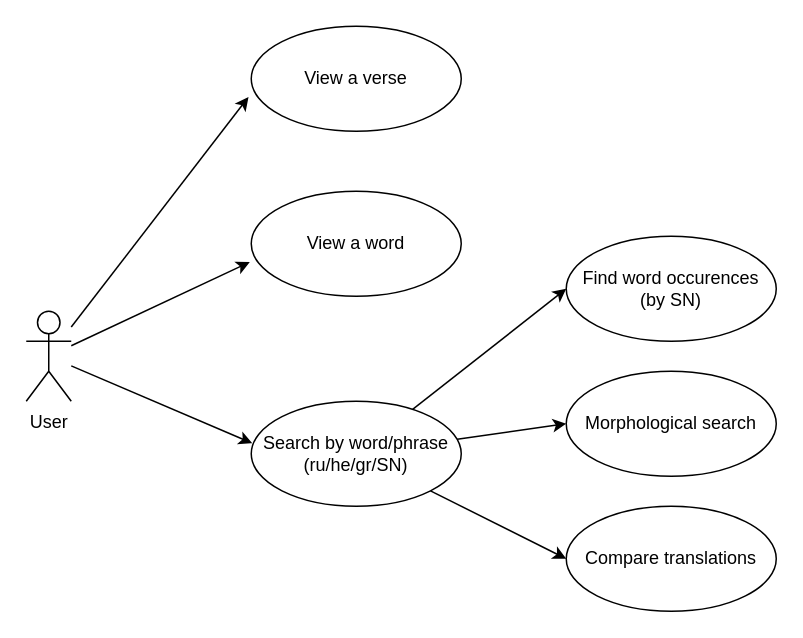
vuesence/bibleistika keeps this draw.io diagram as page "use-case" (1 of 3) of docs/architecture/diagrams.drawio. Above is the earlier version. Source tidied: cells renumbered, new cells numbered last; positions are measured from the earlier drawing's top-left corner, leaving out a move shared by most shapes. Both pictures are drawn from the tidied source at 150%, with x=0, y=0 at pixel (26, 26).
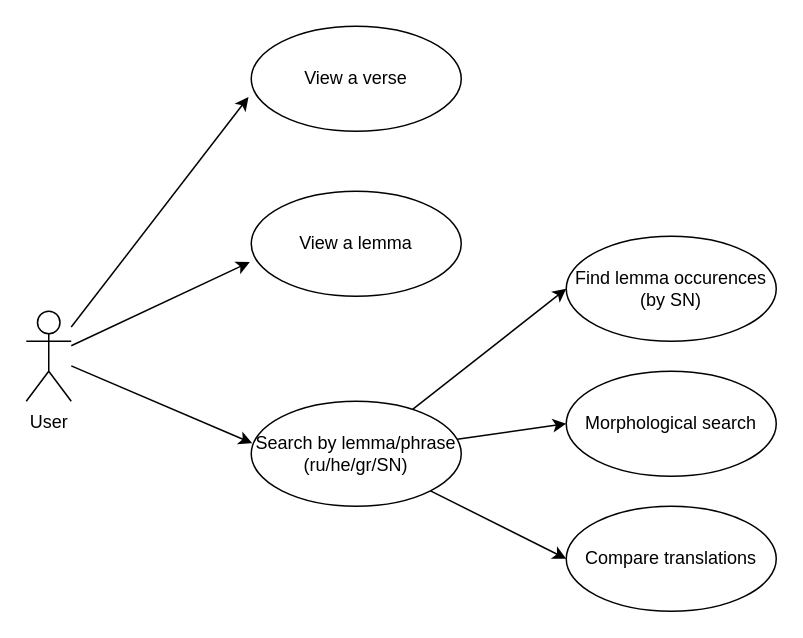
The same diagram, later.

The edit, as a diff of the source:
```diff
@@
 <mxGraphModel>
   <root>
     <mxCell id="0" />
     <mxCell id="1" parent="0" />
     <mxCell id="2" style="edgeStyle=none;html=1;entryX=-0.013;entryY=0.674;entryDx=0;entryDy=0;entryPerimeter=0;" parent="1" edge="1" source="5" target="6">
       <mxGeometry relative="1" as="geometry" />
     </mxCell>
     <mxCell id="3" style="edgeStyle=none;html=1;entryX=-0.007;entryY=0.674;entryDx=0;entryDy=0;entryPerimeter=0;" parent="1" edge="1" source="5" target="7">
       <mxGeometry relative="1" as="geometry" />
     </mxCell>
     <mxCell id="4" style="edgeStyle=none;html=1;entryX=0.005;entryY=0.4;entryDx=0;entryDy=0;entryPerimeter=0;" parent="1" edge="1" source="5" target="11">
       <mxGeometry relative="1" as="geometry" />
     </mxCell>
     <mxCell id="5" value="User&lt;br&gt;" style="shape=umlActor;verticalLabelPosition=bottom;verticalAlign=top;html=1;" parent="1" vertex="1">
       <mxGeometry y="190" width="30" height="60" as="geometry" />
     </mxCell>
     <mxCell id="6" value="View a verse" style="ellipse;whiteSpace=wrap;html=1;" parent="1" vertex="1">
       <mxGeometry x="150" width="140" height="70" as="geometry" />
     </mxCell>
-    <mxCell id="7" value="View a word" style="ellipse;whiteSpace=wrap;html=1;" parent="1" vertex="1">
+    <mxCell id="7" value="View a lemma" style="ellipse;whiteSpace=wrap;html=1;" parent="1" vertex="1">
       <mxGeometry x="150" y="110" width="140" height="70" as="geometry" />
     </mxCell>
     <mxCell id="8" style="edgeStyle=none;html=1;entryX=0;entryY=0.5;entryDx=0;entryDy=0;" parent="1" edge="1" source="11" target="12">
       <mxGeometry relative="1" as="geometry" />
     </mxCell>
     <mxCell id="9" style="edgeStyle=none;html=1;entryX=0;entryY=0.5;entryDx=0;entryDy=0;" parent="1" edge="1" source="11" target="13">
       <mxGeometry relative="1" as="geometry" />
     </mxCell>
     <mxCell id="10" style="edgeStyle=none;html=1;entryX=0;entryY=0.5;entryDx=0;entryDy=0;" parent="1" edge="1" source="11" target="14">
       <mxGeometry relative="1" as="geometry" />
     </mxCell>
-    <mxCell id="11" value="Search by word/phrase&lt;br&gt;(ru/he/gr/SN)" style="ellipse;whiteSpace=wrap;html=1;" parent="1" vertex="1">
+    <mxCell id="11" value="Search by lemma/phrase&lt;br&gt;(ru/he/gr/SN)" style="ellipse;whiteSpace=wrap;html=1;" parent="1" vertex="1">
       <mxGeometry x="150" y="250" width="140" height="70" as="geometry" />
     </mxCell>
-    <mxCell id="12" value="Find word occurences&lt;br&gt;(by SN)" style="ellipse;whiteSpace=wrap;html=1;" parent="1" vertex="1">
+    <mxCell id="12" value="Find lemma occurences&lt;br&gt;(by SN)" style="ellipse;whiteSpace=wrap;html=1;" parent="1" vertex="1">
       <mxGeometry x="360" y="140" width="140" height="70" as="geometry" />
     </mxCell>
     <mxCell id="13" value="Morphological search" style="ellipse;whiteSpace=wrap;html=1;" parent="1" vertex="1">
       <mxGeometry x="360" y="230" width="140" height="70" as="geometry" />
     </mxCell>
     <mxCell id="14" value="Compare translations" style="ellipse;whiteSpace=wrap;html=1;" parent="1" vertex="1">
       <mxGeometry x="360" y="320" width="140" height="70" as="geometry" />
     </mxCell>
   </root>
 </mxGraphModel>
```
